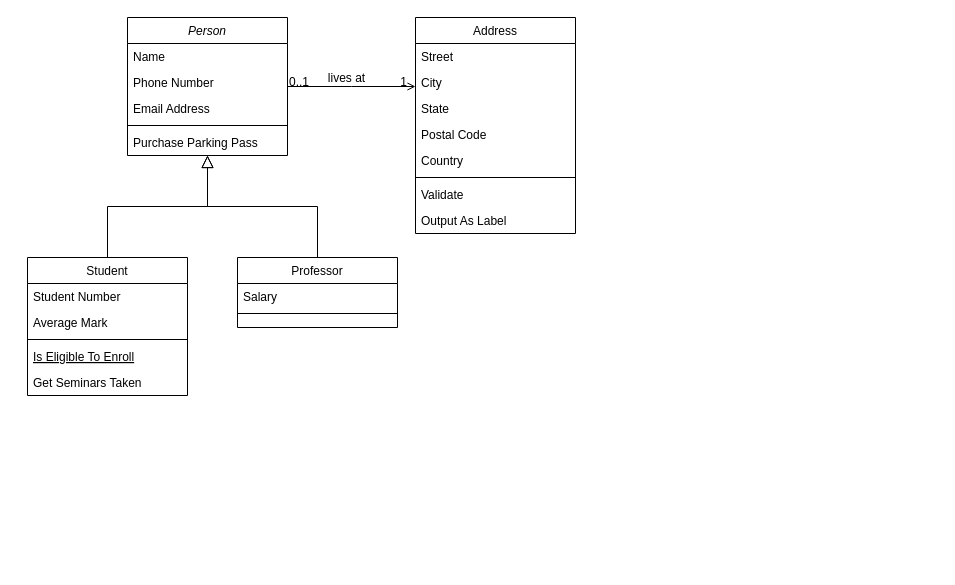
Earlier version of the draw.io diagram Untitled Diagram.drawio (Nyamzwambugu/cousera-tester). Source tidied: cells renumbered, new cells numbered last; positions are measured from the earlier drawing's top-left corner, leaving out a move shared by most shapes. Both pictures are drawn from the tidied source at 100%, with x=0, y=0 at pixel (27, 17).
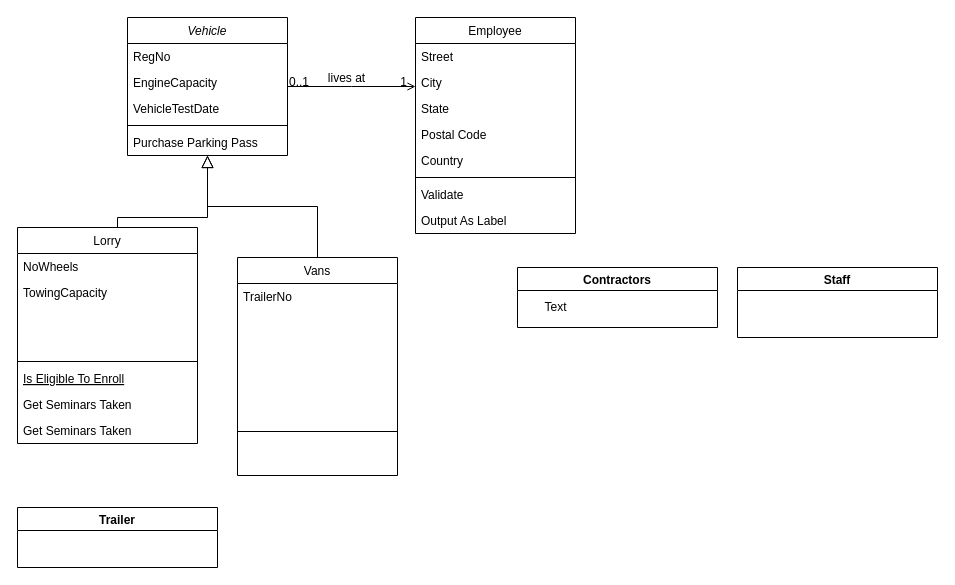
After the change.

Diff of the diagram source:
```diff
@@
-    <mxCell id="2" value="Person" style="swimlane;fontStyle=2;align=center;verticalAlign=top;horizontal=1;startSize=26;rounded=0;shadow=0;strokeWidth=1;" parent="1" vertex="1">
+    <mxCell id="2" value="Vehicle" style="swimlane;fontStyle=2;align=center;verticalAlign=top;horizontal=1;startSize=26;rounded=0;shadow=0;strokeWidth=1;" parent="1" vertex="1">
       <mxGeometry x="100" width="160" height="138" as="geometry" />
     </mxCell>
-    <mxCell id="3" value="Name" style="text;align=left;verticalAlign=top;spacingLeft=4;spacingRight=4;overflow=hidden;" parent="2" vertex="1">
+    <mxCell id="3" value="RegNo" style="text;align=left;verticalAlign=top;spacingLeft=4;spacingRight=4;overflow=hidden;" parent="2" vertex="1">
       <mxGeometry y="26" width="160" height="26" as="geometry" />
     </mxCell>
-    <mxCell id="4" value="Phone Number" style="text;align=left;verticalAlign=top;spacingLeft=4;spacingRight=4;overflow=hidden;rounded=0;shadow=0;html=0;" parent="2" vertex="1">
+    <mxCell id="4" value="EngineCapacity" style="text;align=left;verticalAlign=top;spacingLeft=4;spacingRight=4;overflow=hidden;rounded=0;shadow=0;html=0;" parent="2" vertex="1">
       <mxGeometry y="52" width="160" height="26" as="geometry" />
     </mxCell>
-    <mxCell id="5" value="Email Address" style="text;align=left;verticalAlign=top;spacingLeft=4;spacingRight=4;overflow=hidden;rounded=0;shadow=0;html=0;" parent="2" vertex="1">
+    <mxCell id="5" value="VehicleTestDate" style="text;align=left;verticalAlign=top;spacingLeft=4;spacingRight=4;overflow=hidden;rounded=0;shadow=0;html=0;" parent="2" vertex="1">
       <mxGeometry y="78" width="160" height="26" as="geometry" />
     </mxCell>
@@
-    <mxCell id="8" value="Student" style="swimlane;fontStyle=0;align=center;verticalAlign=top;horizontal=1;startSize=26;rounded=0;shadow=0;strokeWidth=1;" parent="1" vertex="1">
-      <mxGeometry y="240" width="160" height="138" as="geometry" />
+    <mxCell id="8" value="Lorry" style="swimlane;fontStyle=0;align=center;verticalAlign=top;horizontal=1;startSize=26;rounded=0;shadow=0;strokeWidth=1;" parent="1" vertex="1">
+      <mxGeometry x="-10" y="210" width="180" height="216" as="geometry" />
     </mxCell>
-    <mxCell id="9" value="Student Number" style="text;align=left;verticalAlign=top;spacingLeft=4;spacingRight=4;overflow=hidden;" parent="8" vertex="1">
-      <mxGeometry y="26" width="160" height="26" as="geometry" />
+    <mxCell id="9" value="NoWheels" style="text;align=left;verticalAlign=top;spacingLeft=4;spacingRight=4;overflow=hidden;" parent="8" vertex="1">
+      <mxGeometry y="26" width="180" height="26" as="geometry" />
     </mxCell>
-    <mxCell id="10" value="Average Mark" style="text;align=left;verticalAlign=top;spacingLeft=4;spacingRight=4;overflow=hidden;rounded=0;shadow=0;html=0;" parent="8" vertex="1">
-      <mxGeometry y="52" width="160" height="26" as="geometry" />
+    <mxCell id="10" value="TowingCapacity&#10;" style="text;align=left;verticalAlign=top;spacingLeft=4;spacingRight=4;overflow=hidden;rounded=0;shadow=0;html=0;" parent="8" vertex="1">
+      <mxGeometry y="52" width="180" height="78" as="geometry" />
     </mxCell>
     <mxCell id="11" style="line;html=1;strokeWidth=1;align=left;verticalAlign=middle;spacingTop=-1;spacingLeft=3;spacingRight=3;labelPosition=right;" parent="8" vertex="1">
-      <mxGeometry y="78" width="160" height="8" as="geometry" />
+      <mxGeometry y="130" width="180" height="8" as="geometry" />
     </mxCell>
     <mxCell id="12" value="Is Eligible To Enroll" style="text;align=left;verticalAlign=top;spacingLeft=4;spacingRight=4;overflow=hidden;fontStyle=4;" parent="8" vertex="1">
-      <mxGeometry y="86" width="160" height="26" as="geometry" />
+      <mxGeometry y="138" width="180" height="26" as="geometry" />
     </mxCell>
     <mxCell id="13" value="Get Seminars Taken" style="text;align=left;verticalAlign=top;spacingLeft=4;spacingRight=4;overflow=hidden;" parent="8" vertex="1">
-      <mxGeometry y="112" width="160" height="26" as="geometry" />
+      <mxGeometry y="164" width="180" height="26" as="geometry" />
     </mxCell>
+    <mxCell id="32" value="Get Seminars Taken" style="text;align=left;verticalAlign=top;spacingLeft=4;spacingRight=4;overflow=hidden;" parent="8" vertex="1">
+      <mxGeometry y="190" width="180" height="26" as="geometry" />
+    </mxCell>
     <mxCell id="14" style="endArrow=block;endSize=10;endFill=0;shadow=0;strokeWidth=1;rounded=0;edgeStyle=elbowEdgeStyle;elbow=vertical;" parent="1" edge="1" source="8" target="2">
-      <mxGeometry relative="1" as="geometry" />
+      <mxGeometry relative="1" as="geometry">
+        <Array as="points">
+          <mxPoint x="90" y="200" />
+        </Array>
+      </mxGeometry>
     </mxCell>
-    <mxCell id="15" value="Professor" style="swimlane;fontStyle=0;align=center;verticalAlign=top;horizontal=1;startSize=26;rounded=0;shadow=0;strokeWidth=1;" parent="1" vertex="1">
-      <mxGeometry x="210" y="240" width="160" height="70" as="geometry" />
+    <mxCell id="15" value="Vans" style="swimlane;fontStyle=0;align=center;verticalAlign=top;horizontal=1;startSize=26;rounded=0;shadow=0;strokeWidth=1;" parent="1" vertex="1">
+      <mxGeometry x="210" y="240" width="160" height="218" as="geometry" />
     </mxCell>
-    <mxCell id="16" value="Salary" style="text;align=left;verticalAlign=top;spacingLeft=4;spacingRight=4;overflow=hidden;" parent="15" vertex="1">
-      <mxGeometry y="26" width="160" height="26" as="geometry" />
+    <mxCell id="16" value="TrailerNo&#10;" style="text;align=left;verticalAlign=top;spacingLeft=4;spacingRight=4;overflow=hidden;" parent="15" vertex="1">
+      <mxGeometry y="26" width="160" height="144" as="geometry" />
     </mxCell>
     <mxCell id="17" style="line;html=1;strokeWidth=1;align=left;verticalAlign=middle;spacingTop=-1;spacingLeft=3;spacingRight=3;labelPosition=right;" parent="15" vertex="1">
-      <mxGeometry y="52" width="160" height="8" as="geometry" />
+      <mxGeometry y="170" width="160" height="8" as="geometry" />
     </mxCell>
@@
-    <mxCell id="19" value="Address" style="swimlane;fontStyle=0;align=center;verticalAlign=top;horizontal=1;startSize=26;rounded=0;shadow=0;strokeWidth=1;" parent="1" vertex="1">
+    <mxCell id="19" value="Employee" style="swimlane;fontStyle=0;align=center;verticalAlign=top;horizontal=1;startSize=26;rounded=0;shadow=0;strokeWidth=1;" parent="1" vertex="1">
       <mxGeometry x="388" width="160" height="216" as="geometry" />
     </mxCell>
@@
+    <mxCell id="33" value="Contractors" style="swimlane;" parent="1" vertex="1">
+      <mxGeometry x="490" y="250" width="200" height="60" as="geometry" />
+    </mxCell>
+    <mxCell id="34" value="Text" style="text;html=1;align=center;verticalAlign=middle;fillColor=none;strokeColor=none;rounded=0;" parent="33" vertex="1">
+      <mxGeometry x="18" y="30" width="40" height="20" as="geometry" />
+    </mxCell>
+    <mxCell id="35" value="Trailer" style="swimlane;" parent="1" vertex="1">
+      <mxGeometry x="-10" y="490" width="200" height="60" as="geometry" />
+    </mxCell>
+    <mxCell id="36" value="Staff" style="swimlane;" parent="1" vertex="1">
+      <mxGeometry x="710" y="250" width="200" height="70" as="geometry" />
+    </mxCell>
```
